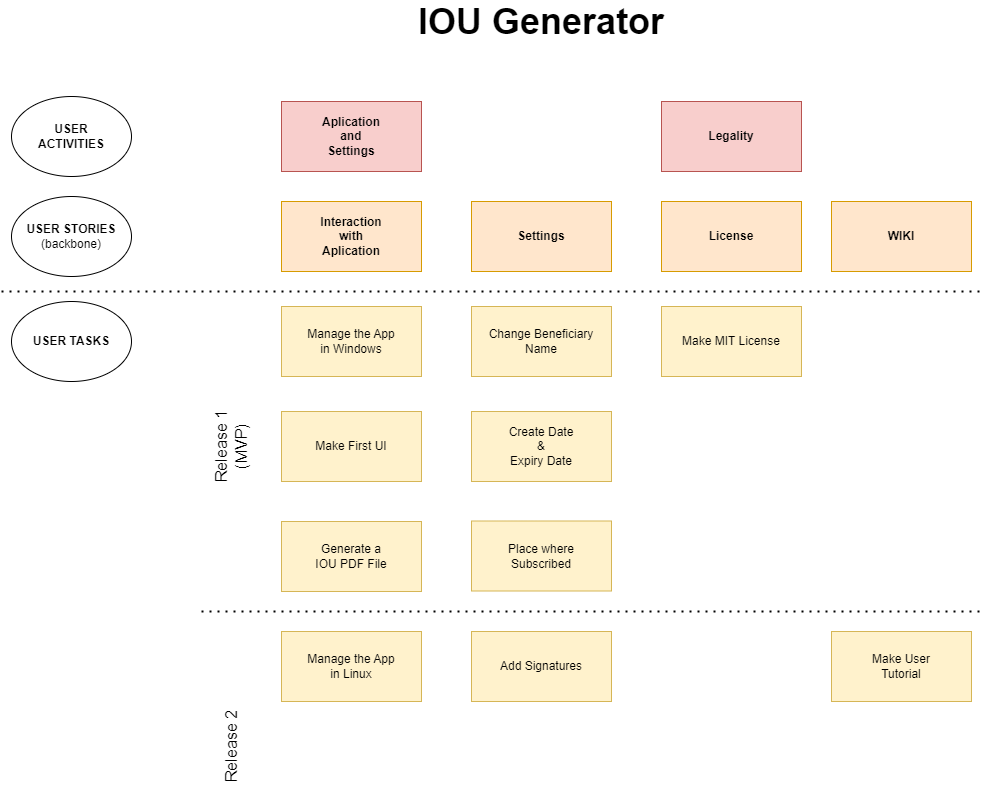
Joseleelsuper/IOU-Generator keeps this draw.io diagram as schematics/Tasks.drawio.png. Above is the earlier version. Source tidied: cells renumbered, new cells last; positions are measured from the earlier drawing's top-left corner, leaving out a move shared by most shapes.
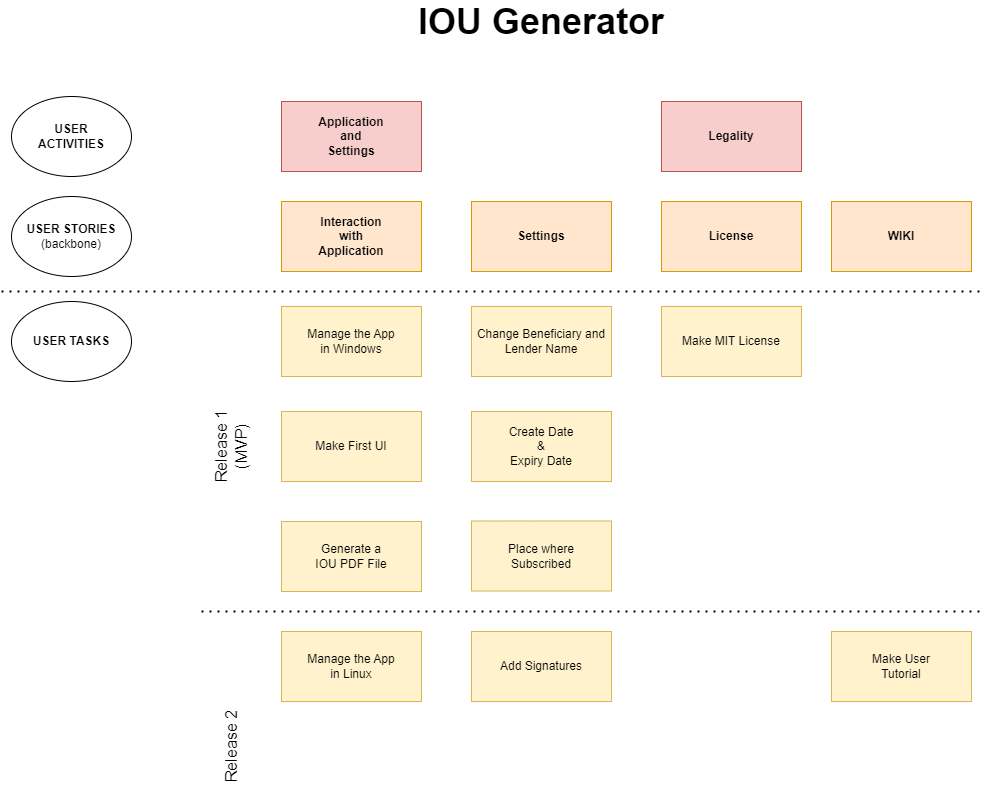
Later version of the same file.

Change to the diagram source:
```diff
@@ -2,10 +2,10 @@
   <root>
     <mxCell id="0" />
     <mxCell id="1" parent="0" />
-    <mxCell id="2" value="Aplication&lt;br&gt;and&lt;br&gt;Settings" style="rounded=0;whiteSpace=wrap;html=1;fillColor=#f8cecc;strokeColor=#b85450;fontStyle=1;" parent="1" vertex="1">
+    <mxCell id="2" value="Application&lt;br&gt;and&lt;br&gt;Settings" style="rounded=0;whiteSpace=wrap;html=1;fillColor=#f8cecc;strokeColor=#b85450;fontStyle=1;" parent="1" vertex="1">
       <mxGeometry x="280" y="100" width="140" height="70" as="geometry" />
     </mxCell>
-    <mxCell id="3" value="Interaction&lt;br&gt;with&lt;br&gt;Aplication" style="rounded=0;whiteSpace=wrap;html=1;fillColor=#ffe6cc;strokeColor=#d79b00;fontStyle=1;" parent="1" vertex="1">
+    <mxCell id="3" value="Interaction&lt;br&gt;with&lt;br&gt;Application" style="rounded=0;whiteSpace=wrap;html=1;fillColor=#ffe6cc;strokeColor=#d79b00;fontStyle=1;" parent="1" vertex="1">
       <mxGeometry x="280" y="200" width="140" height="70" as="geometry" />
     </mxCell>
     <mxCell id="4" value="Settings" style="rounded=0;whiteSpace=wrap;html=1;fillColor=#ffe6cc;strokeColor=#d79b00;fontStyle=1;" parent="1" vertex="1">
@@ -14,7 +14,7 @@
     <mxCell id="5" value="&lt;span style=&quot;font-weight: 400;&quot;&gt;Manage the App&lt;br&gt;&lt;/span&gt;&lt;span style=&quot;font-weight: normal;&quot;&gt;in Windows&lt;/span&gt;" style="rounded=0;whiteSpace=wrap;html=1;fillColor=#fff2cc;strokeColor=#d6b656;fontStyle=1;" parent="1" vertex="1">
       <mxGeometry x="280" y="305" width="140" height="70" as="geometry" />
     </mxCell>
-    <mxCell id="6" value="&lt;span style=&quot;font-weight: normal;&quot;&gt;Change Beneficiary &lt;br&gt;Name&lt;/span&gt;" style="rounded=0;whiteSpace=wrap;html=1;fillColor=#fff2cc;strokeColor=#d6b656;fontStyle=1;" parent="1" vertex="1">
+    <mxCell id="6" value="&lt;span style=&quot;font-weight: normal;&quot;&gt;Change Beneficiary and Lender&amp;nbsp;Name&lt;/span&gt;" style="rounded=0;whiteSpace=wrap;html=1;fillColor=#fff2cc;strokeColor=#d6b656;fontStyle=1;" parent="1" vertex="1">
       <mxGeometry x="470" y="305" width="140" height="70" as="geometry" />
     </mxCell>
     <mxCell id="7" value="IOU Generator" style="text;html=1;strokeColor=none;fillColor=none;align=center;verticalAlign=middle;whiteSpace=wrap;rounded=0;fontStyle=1;fontSize=36;" parent="1" vertex="1">
```
